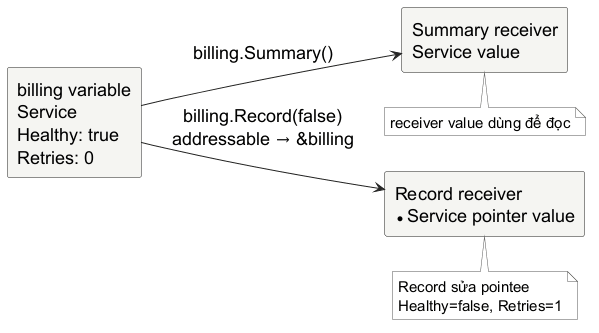
Above: assets/diagrams/method-receiver-trace.png in Minhlike/Golang (PlantUML), before the change. Source of this version:
```plantuml
@startuml
skinparam backgroundColor white
skinparam shadowing false
skinparam defaultFontName "Source Sans 3"
skinparam defaultFontSize 18
skinparam defaultFontColor #000000
skinparam rectangle {
  BackgroundColor #F5F5F2
  BorderColor #222222
  FontColor #000000
  RoundCorner 5
}
skinparam arrowColor #222222
skinparam note {
  BackgroundColor #FFFFFF
  BorderColor #555555
  FontColor #000000
  FontName "Source Sans 3"
  FontSize 15
}
left to right direction
rectangle "billing variable\nService\nHealthy: true\nRetries: 0" as billing
rectangle "Summary receiver\nService value" as summary
rectangle "Record receiver\n*Service pointer value" as record
billing --> summary : billing.Summary()
billing --> record : billing.Record(false)\naddressable → &billing
note bottom of summary : receiver value dùng để đọc
note bottom of record : Record sửa pointee\nHealthy=false, Retries=1
@enduml
```
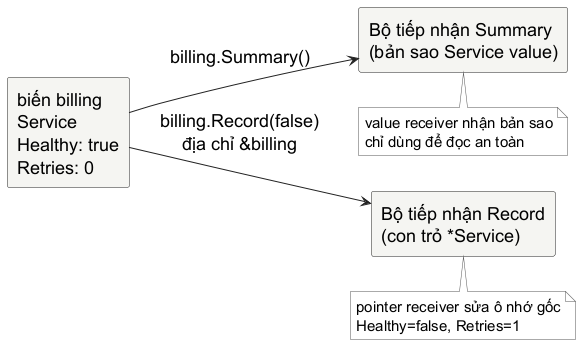
The same file after the commit.

Diff of the diagram source:
```diff
@@ -19,11 +19,11 @@
   FontSize 15
 }
 left to right direction
-rectangle "billing variable\nService\nHealthy: true\nRetries: 0" as billing
-rectangle "Summary receiver\nService value" as summary
-rectangle "Record receiver\n*Service pointer value" as record
+rectangle "biến billing\nService\nHealthy: true\nRetries: 0" as billing
+rectangle "Bộ tiếp nhận Summary\n(bản sao Service value)" as summary
+rectangle "Bộ tiếp nhận Record\n(con trỏ *Service)" as record
 billing --> summary : billing.Summary()
-billing --> record : billing.Record(false)\naddressable → &billing
-note bottom of summary : receiver value dùng để đọc
-note bottom of record : Record sửa pointee\nHealthy=false, Retries=1
+billing --> record : billing.Record(false)\nđịa chỉ &billing
+note bottom of summary : value receiver nhận bản sao\nchỉ dùng để đọc an toàn
+note bottom of record : pointer receiver sửa ô nhớ gốc\nHealthy=false, Retries=1
 @enduml
```
